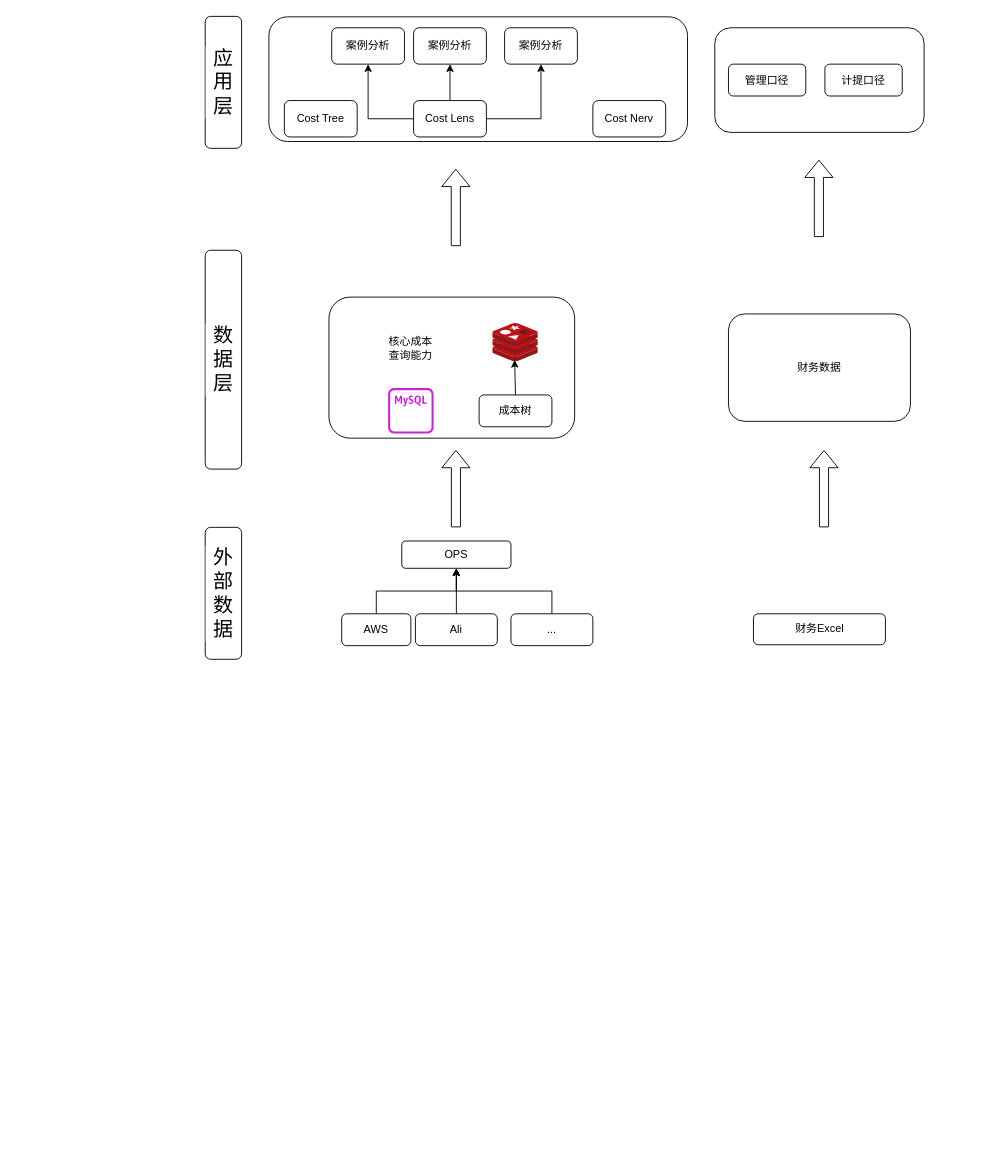
bzk1994/draw.io keeps this draw.io diagram as finops.drawio. Above is the earlier version. Source tidied: cells renumbered, new cells numbered last; positions are measured from the earlier drawing's top-left corner, leaving out a move shared by most shapes. Both pictures are drawn from the tidied source at 91%, with x=0, y=0 at pixel (205, 15).
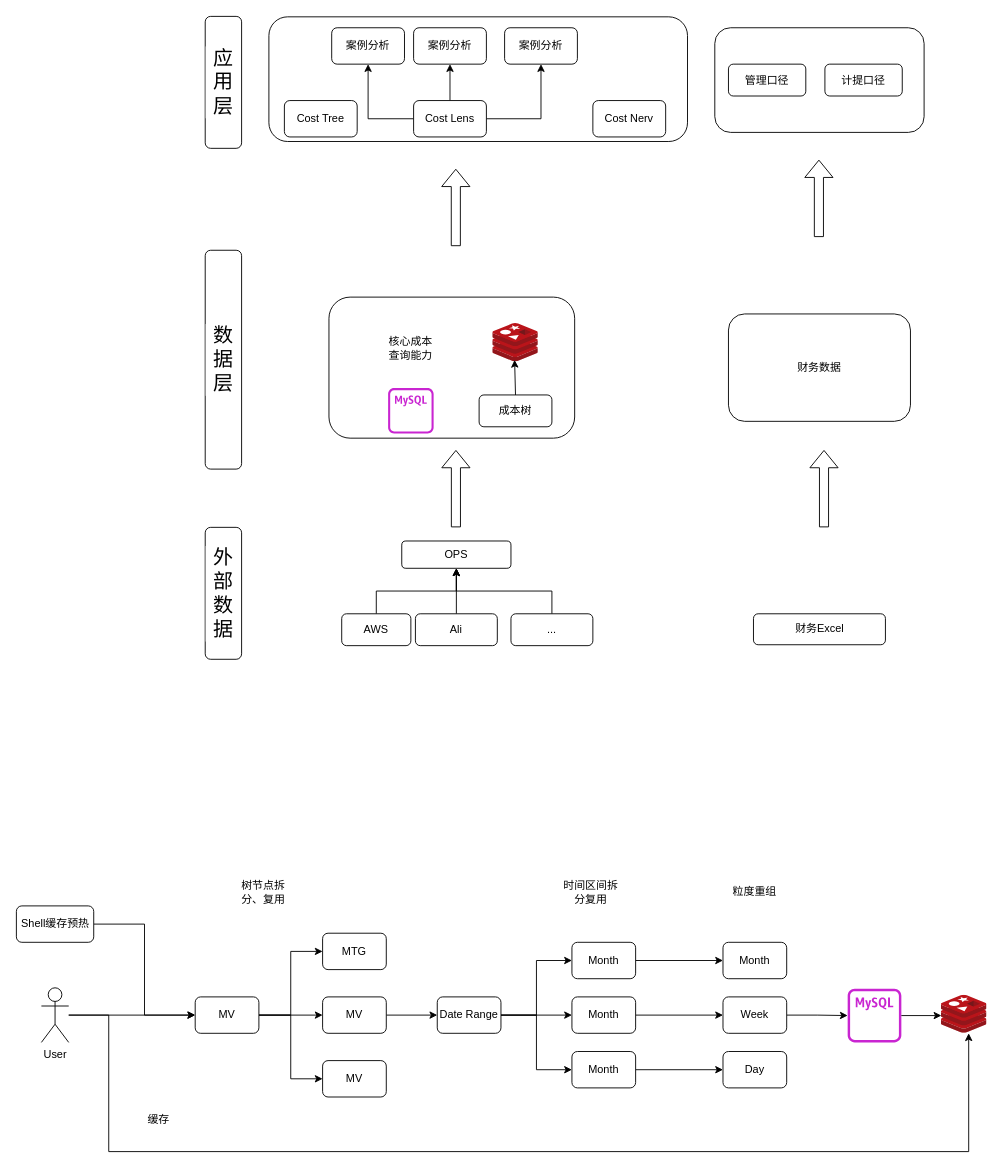
The same diagram, later.

What changed in the source:
```diff
@@
+    <mxCell id="37" style="edgeStyle=orthogonalEdgeStyle;rounded=0;jettySize=auto;html=1;entryX=0;entryY=0.5;entryDx=0;entryDy=0;" parent="1" edge="1" source="40" target="44">
+      <mxGeometry relative="1" as="geometry" />
+    </mxCell>
+    <mxCell id="38" style="edgeStyle=orthogonalEdgeStyle;rounded=0;jettySize=auto;html=1;entryX=0;entryY=0.5;entryDx=0;entryDy=0;" parent="1" edge="1" source="40" target="42">
+      <mxGeometry relative="1" as="geometry" />
+    </mxCell>
+    <mxCell id="39" style="edgeStyle=orthogonalEdgeStyle;rounded=0;jettySize=auto;html=1;entryX=0;entryY=0.5;entryDx=0;entryDy=0;" parent="1" edge="1" source="40" target="43">
+      <mxGeometry relative="1" as="geometry" />
+    </mxCell>
+    <mxCell id="40" value="MV" style="rounded=1;whiteSpace=wrap;html=1;" parent="1" vertex="1">
+      <mxGeometry x="-11" y="1078" width="70" height="40" as="geometry" />
+    </mxCell>
+    <mxCell id="41" style="edgeStyle=orthogonalEdgeStyle;rounded=0;jettySize=auto;html=1;entryX=0;entryY=0.5;entryDx=0;entryDy=0;" parent="1" edge="1" source="42" target="49">
+      <mxGeometry relative="1" as="geometry" />
+    </mxCell>
+    <mxCell id="42" value="MV" style="rounded=1;whiteSpace=wrap;html=1;" parent="1" vertex="1">
+      <mxGeometry x="129" y="1078" width="70" height="40" as="geometry" />
+    </mxCell>
+    <mxCell id="43" value="MV" style="rounded=1;whiteSpace=wrap;html=1;" parent="1" vertex="1">
+      <mxGeometry x="129" y="1148" width="70" height="40" as="geometry" />
+    </mxCell>
+    <mxCell id="44" value="MTG" style="rounded=1;whiteSpace=wrap;html=1;" parent="1" vertex="1">
+      <mxGeometry x="129" y="1008" width="70" height="40" as="geometry" />
+    </mxCell>
+    <mxCell id="45" value="树节点拆分、复用" style="text;html=1;align=center;verticalAlign=middle;whiteSpace=wrap;rounded=0;" parent="1" vertex="1">
+      <mxGeometry x="29" y="948" width="70" height="30" as="geometry" />
+    </mxCell>
+    <mxCell id="46" style="edgeStyle=orthogonalEdgeStyle;rounded=0;jettySize=auto;html=1;" parent="1" edge="1" source="49" target="51">
+      <mxGeometry relative="1" as="geometry" />
+    </mxCell>
+    <mxCell id="47" style="edgeStyle=orthogonalEdgeStyle;rounded=0;jettySize=auto;html=1;entryX=0;entryY=0.5;entryDx=0;entryDy=0;" parent="1" edge="1" source="49" target="55">
+      <mxGeometry relative="1" as="geometry" />
+    </mxCell>
+    <mxCell id="48" style="edgeStyle=orthogonalEdgeStyle;rounded=0;jettySize=auto;html=1;entryX=0;entryY=0.5;entryDx=0;entryDy=0;" parent="1" edge="1" source="49" target="53">
+      <mxGeometry relative="1" as="geometry" />
+    </mxCell>
+    <mxCell id="49" value="Date Range" style="rounded=1;whiteSpace=wrap;html=1;" parent="1" vertex="1">
+      <mxGeometry x="255" y="1078" width="70" height="40" as="geometry" />
+    </mxCell>
+    <mxCell id="50" style="edgeStyle=orthogonalEdgeStyle;rounded=0;jettySize=auto;html=1;entryX=0;entryY=0.5;entryDx=0;entryDy=0;" parent="1" edge="1" source="51" target="60">
+      <mxGeometry relative="1" as="geometry" />
+    </mxCell>
+    <mxCell id="51" value="Month" style="rounded=1;whiteSpace=wrap;html=1;" parent="1" vertex="1">
+      <mxGeometry x="403" y="1078" width="70" height="40" as="geometry" />
+    </mxCell>
+    <mxCell id="52" style="edgeStyle=orthogonalEdgeStyle;rounded=0;jettySize=auto;html=1;entryX=0;entryY=0.5;entryDx=0;entryDy=0;" parent="1" edge="1" source="53" target="58">
+      <mxGeometry relative="1" as="geometry" />
+    </mxCell>
+    <mxCell id="53" value="Month" style="rounded=1;whiteSpace=wrap;html=1;" parent="1" vertex="1">
+      <mxGeometry x="403" y="1138" width="70" height="40" as="geometry" />
+    </mxCell>
+    <mxCell id="54" style="edgeStyle=orthogonalEdgeStyle;rounded=0;jettySize=auto;html=1;entryX=0;entryY=0.5;entryDx=0;entryDy=0;" parent="1" edge="1" source="55" target="61">
+      <mxGeometry relative="1" as="geometry" />
+    </mxCell>
+    <mxCell id="55" value="Month" style="rounded=1;whiteSpace=wrap;html=1;" parent="1" vertex="1">
+      <mxGeometry x="403" y="1018" width="70" height="40" as="geometry" />
+    </mxCell>
+    <mxCell id="56" value="时间区间拆分复用" style="text;html=1;align=center;verticalAlign=middle;whiteSpace=wrap;rounded=0;" parent="1" vertex="1">
+      <mxGeometry x="389" y="948" width="70" height="30" as="geometry" />
+    </mxCell>
+    <mxCell id="57" value="粒度重组" style="text;html=1;align=center;verticalAlign=middle;whiteSpace=wrap;rounded=0;" parent="1" vertex="1">
+      <mxGeometry x="569" y="948" width="70" height="30" as="geometry" />
+    </mxCell>
+    <mxCell id="58" value="Day" style="rounded=1;whiteSpace=wrap;html=1;" parent="1" vertex="1">
+      <mxGeometry x="569" y="1138" width="70" height="40" as="geometry" />
+    </mxCell>
+    <mxCell id="59" style="edgeStyle=orthogonalEdgeStyle;rounded=0;jettySize=auto;html=1;" parent="1" edge="1" source="60" target="66">
+      <mxGeometry relative="1" as="geometry" />
+    </mxCell>
+    <mxCell id="60" value="Week" style="rounded=1;whiteSpace=wrap;html=1;" parent="1" vertex="1">
+      <mxGeometry x="569" y="1078" width="70" height="40" as="geometry" />
+    </mxCell>
+    <mxCell id="61" value="Month" style="rounded=1;whiteSpace=wrap;html=1;" parent="1" vertex="1">
+      <mxGeometry x="569" y="1018" width="70" height="40" as="geometry" />
+    </mxCell>
+    <mxCell id="62" style="edgeStyle=orthogonalEdgeStyle;rounded=0;jettySize=auto;html=1;entryX=0;entryY=0.5;entryDx=0;entryDy=0;" parent="1" edge="1" source="64" target="40">
+      <mxGeometry relative="1" as="geometry" />
+    </mxCell>
+    <mxCell id="63" style="edgeStyle=orthogonalEdgeStyle;rounded=0;jettySize=auto;html=1;entryX=0.6;entryY=1;entryDx=0;entryDy=0;entryPerimeter=0;" parent="1" edge="1" source="64" target="67">
+      <mxGeometry relative="1" as="geometry">
+        <Array as="points">
+          <mxPoint x="-106" y="1248" />
+          <mxPoint x="839" y="1248" />
+        </Array>
+      </mxGeometry>
+    </mxCell>
+    <mxCell id="64" value="User&lt;div&gt;&lt;br/&gt;&lt;/div&gt;" style="shape=umlActor;verticalLabelPosition=bottom;verticalAlign=top;html=1;outlineConnect=0;" parent="1" vertex="1">
+      <mxGeometry x="-180" y="1068" width="30" height="60" as="geometry" />
+    </mxCell>
+    <mxCell id="65" value="缓存" style="text;html=1;align=center;verticalAlign=middle;whiteSpace=wrap;rounded=0;" parent="1" vertex="1">
+      <mxGeometry x="-81" y="1198" width="60" height="30" as="geometry" />
+    </mxCell>
+    <mxCell id="66" style="sketch=0;outlineConnect=0;fontColor=#232F3E;gradientColor=none;fillColor=#C925D1;strokeColor=none;dashed=0;verticalLabelPosition=bottom;verticalAlign=top;align=center;html=1;fontSize=12;fontStyle=0;shape=mxgraph.aws4.rds_mysql_instance_alt;" parent="1" vertex="1">
+      <mxGeometry x="706" y="1069" width="59" height="59" as="geometry" />
+    </mxCell>
+    <mxCell id="67" style="image;sketch=0;html=1;points=[];align=center;fontSize=12;image=img/lib/mscae/Cache_Redis_Product.svg;" parent="1" vertex="1">
+      <mxGeometry x="809" y="1076" width="50" height="42" as="geometry" />
+    </mxCell>
+    <mxCell id="68" style="edgeStyle=orthogonalEdgeStyle;rounded=0;jettySize=auto;html=1;entryX=0;entryY=0.536;entryDx=0;entryDy=0;entryPerimeter=0;" parent="1" edge="1" source="66" target="67">
+      <mxGeometry relative="1" as="geometry" />
+    </mxCell>
+    <mxCell id="69" style="edgeStyle=orthogonalEdgeStyle;rounded=0;jettySize=auto;html=1;entryX=0;entryY=0.5;entryDx=0;entryDy=0;" parent="1" edge="1" source="70" target="40">
+      <mxGeometry relative="1" as="geometry" />
+    </mxCell>
+    <mxCell id="70" value="Shell缓存预热" style="rounded=1;whiteSpace=wrap;html=1;" parent="1" vertex="1">
+      <mxGeometry x="-207.5" y="978" width="85" height="40" as="geometry" />
+    </mxCell>
```
